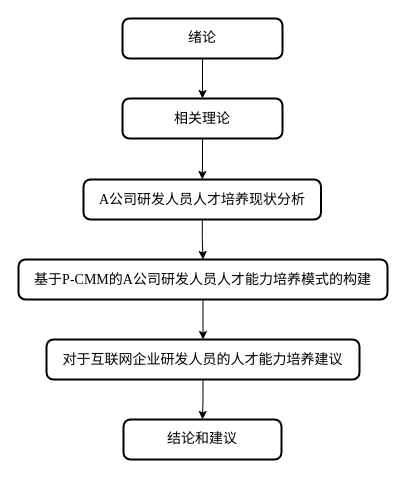
Before: 未命名绘图.drawio in guzhenhuaGitHub/draw_io, a draw.io diagram. Source tidied: cells renumbered, new cells numbered last; positions are measured from the earlier drawing's top-left corner, leaving out a move shared by most shapes. Both pictures are drawn from the tidied source at 100%, with x=0, y=0 at pixel (18, 18).
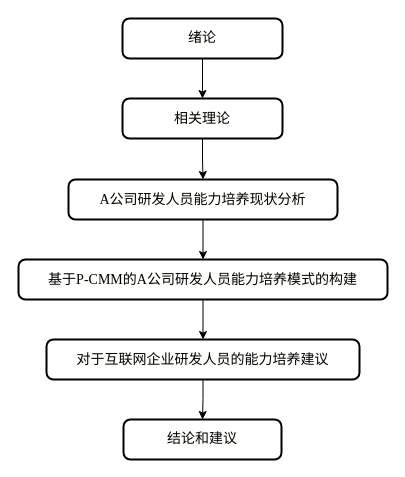
The same diagram, later.

Commit message:
更新未命名绘图.drawio

What changed in the source:
```diff
@@
 <mxGraphModel>
   <root>
     <mxCell id="0" />
     <mxCell id="1" parent="0" />
     <mxCell id="2" style="edgeStyle=orthogonalEdgeStyle;rounded=0;jettySize=auto;html=1;" parent="1" edge="1" source="3" target="12">
       <mxGeometry relative="1" as="geometry" />
     </mxCell>
     <mxCell id="3" value="&lt;div style=&quot;background-color: rgb(255, 255, 254); font-family: Consolas, &amp;quot;Courier New&amp;quot;, monospace; font-size: 14px; line-height: 19px; white-space: pre;&quot;&gt;&lt;span&gt;&lt;font style=&quot;color: rgb(0, 0, 0);&quot;&gt;绪论&lt;/font&gt;&lt;/span&gt;&lt;/div&gt;" style="rounded=1;whiteSpace=wrap;html=1;absoluteArcSize=1;arcSize=14;strokeWidth=2;" parent="1" vertex="1">
       <mxGeometry x="104" width="160" height="40" as="geometry" />
     </mxCell>
     <mxCell id="4" style="edgeStyle=orthogonalEdgeStyle;rounded=0;jettySize=auto;html=1;" parent="1" edge="1" source="5" target="7">
       <mxGeometry relative="1" as="geometry" />
     </mxCell>
-    <mxCell id="5" value="&lt;div style=&quot;background-color: rgb(255, 255, 254); font-family: Consolas, &amp;quot;Courier New&amp;quot;, monospace; font-size: 14px; line-height: 19px; white-space: pre;&quot;&gt;&lt;p class=&quot;MsoNormal&quot;&gt;&lt;span style=&quot;mso-spacerun:'yes';font-family:宋体;font-size:10.5000pt;&lt;br/&gt;mso-font-kerning:1.0000pt;&quot;&gt;&lt;font face=&quot;宋体&quot;&gt;基于&lt;/font&gt;&lt;font face=&quot;Times New Roman&quot;&gt;P-CMM&lt;/font&gt;&lt;font face=&quot;宋体&quot;&gt;的&lt;/font&gt;&lt;font face=&quot;Times New Roman&quot;&gt;A&lt;/font&gt;&lt;font face=&quot;宋体&quot;&gt;公司研发人员人才能力培养模式的构建&lt;/font&gt;&lt;/span&gt;&lt;/p&gt;&lt;/div&gt;" style="rounded=1;whiteSpace=wrap;html=1;absoluteArcSize=1;arcSize=14;strokeWidth=2;" parent="1" vertex="1">
+    <mxCell id="5" value="&lt;div style=&quot;background-color: rgb(255, 255, 254); font-family: Consolas, &amp;quot;Courier New&amp;quot;, monospace; font-size: 14px; line-height: 19px; white-space: pre;&quot;&gt;&lt;p class=&quot;MsoNormal&quot;&gt;&lt;span style=&quot;mso-spacerun:'yes';font-family:宋体;font-size:10.5000pt;&lt;br/&gt;mso-font-kerning:1.0000pt;&quot;&gt;&lt;font face=&quot;宋体&quot;&gt;基于&lt;/font&gt;&lt;font face=&quot;Times New Roman&quot;&gt;P-CMM&lt;/font&gt;&lt;font face=&quot;宋体&quot;&gt;的&lt;/font&gt;&lt;font face=&quot;Times New Roman&quot;&gt;A&lt;/font&gt;&lt;font face=&quot;宋体&quot;&gt;公司研发人员能力培养模式的构建&lt;/font&gt;&lt;/span&gt;&lt;/p&gt;&lt;/div&gt;" style="rounded=1;whiteSpace=wrap;html=1;absoluteArcSize=1;arcSize=14;strokeWidth=2;" parent="1" vertex="1">
       <mxGeometry y="241" width="369" height="40" as="geometry" />
     </mxCell>
     <mxCell id="6" style="edgeStyle=orthogonalEdgeStyle;rounded=0;jettySize=auto;html=1;" parent="1" edge="1" source="7" target="8">
       <mxGeometry relative="1" as="geometry" />
     </mxCell>
-    <mxCell id="7" value="&lt;div style=&quot;background-color: rgb(255, 255, 254); font-family: Consolas, &amp;quot;Courier New&amp;quot;, monospace; font-size: 14px; line-height: 19px; white-space: pre;&quot;&gt;&lt;p class=&quot;MsoNormal&quot;&gt;&lt;span style=&quot;mso-spacerun:'yes';font-family:宋体;font-size:10.5000pt;&lt;br/&gt;mso-font-kerning:1.0000pt;&quot;&gt;对于互联网企业研发人员的人才能力培养建议&lt;/span&gt;&lt;/p&gt;&lt;/div&gt;" style="rounded=1;whiteSpace=wrap;html=1;absoluteArcSize=1;arcSize=14;strokeWidth=2;" parent="1" vertex="1">
+    <mxCell id="7" value="&lt;div style=&quot;background-color: rgb(255, 255, 254); font-family: Consolas, &amp;quot;Courier New&amp;quot;, monospace; font-size: 14px; line-height: 19px; white-space: pre;&quot;&gt;&lt;p class=&quot;MsoNormal&quot;&gt;&lt;span style=&quot;mso-spacerun:'yes';font-family:宋体;font-size:10.5000pt;&lt;br/&gt;mso-font-kerning:1.0000pt;&quot;&gt;对于互联网企业研发人员的能力培养建议&lt;/span&gt;&lt;/p&gt;&lt;/div&gt;" style="rounded=1;whiteSpace=wrap;html=1;absoluteArcSize=1;arcSize=14;strokeWidth=2;" parent="1" vertex="1">
       <mxGeometry x="28" y="321" width="313" height="40" as="geometry" />
     </mxCell>
     <mxCell id="8" value="&lt;div style=&quot;background-color: rgb(255, 255, 254); font-family: Consolas, &amp;quot;Courier New&amp;quot;, monospace; font-size: 14px; line-height: 19px; white-space: pre;&quot;&gt;&lt;div style=&quot;line-height: 19px;&quot;&gt;&lt;span style=&quot;&quot;&gt;结论和建议&lt;/span&gt;&lt;/div&gt;&lt;/div&gt;" style="rounded=1;whiteSpace=wrap;html=1;absoluteArcSize=1;arcSize=14;strokeWidth=2;fontColor=#000000;" parent="1" vertex="1">
       <mxGeometry x="105" y="401" width="158" height="40" as="geometry" />
     </mxCell>
     <mxCell id="9" style="edgeStyle=orthogonalEdgeStyle;rounded=0;jettySize=auto;html=1;" parent="1" edge="1" source="10" target="5">
       <mxGeometry relative="1" as="geometry" />
     </mxCell>
-    <mxCell id="10" value="&lt;div style=&quot;background-color: rgb(255, 255, 254); font-family: Consolas, &amp;quot;Courier New&amp;quot;, monospace; font-size: 14px; line-height: 19px; white-space: pre;&quot;&gt;&lt;p class=&quot;MsoNormal&quot;&gt;&lt;span style=&quot;mso-spacerun:'yes';font-family:宋体;font-size:10.5000pt;&lt;br/&gt;mso-font-kerning:1.0000pt;&quot;&gt;&lt;font face=&quot;Times New Roman&quot;&gt;A&lt;/font&gt;&lt;font face=&quot;宋体&quot;&gt;公司研发人员人才培养现状分析&lt;/font&gt;&lt;/span&gt;&lt;/p&gt;&lt;/div&gt;" style="rounded=1;whiteSpace=wrap;html=1;absoluteArcSize=1;arcSize=14;strokeWidth=2;" parent="1" vertex="1">
-      <mxGeometry x="65" y="161" width="237.5" height="40" as="geometry" />
+    <mxCell id="10" value="&lt;div style=&quot;background-color: rgb(255, 255, 254); font-family: Consolas, &amp;quot;Courier New&amp;quot;, monospace; font-size: 14px; line-height: 19px; white-space: pre;&quot;&gt;&lt;p class=&quot;MsoNormal&quot;&gt;&lt;span style=&quot;mso-spacerun:'yes';font-family:宋体;font-size:10.5000pt;&lt;br/&gt;mso-font-kerning:1.0000pt;&quot;&gt;&lt;font face=&quot;Times New Roman&quot;&gt;A&lt;/font&gt;&lt;font face=&quot;宋体&quot;&gt;公司研发人员能力培养现状分析&lt;/font&gt;&lt;/span&gt;&lt;/p&gt;&lt;/div&gt;" style="rounded=1;whiteSpace=wrap;html=1;absoluteArcSize=1;arcSize=14;strokeWidth=2;" parent="1" vertex="1">
+      <mxGeometry x="50" y="161" width="269" height="40" as="geometry" />
     </mxCell>
     <mxCell id="11" style="edgeStyle=orthogonalEdgeStyle;rounded=0;jettySize=auto;html=1;" parent="1" edge="1" source="12" target="10">
       <mxGeometry relative="1" as="geometry" />
     </mxCell>
     <mxCell id="12" value="&lt;div style=&quot;background-color: rgb(255, 255, 254); font-family: Consolas, &amp;quot;Courier New&amp;quot;, monospace; font-size: 14px; line-height: 19px; white-space: pre;&quot;&gt;&lt;p class=&quot;MsoNormal&quot;&gt;&lt;span style=&quot;mso-spacerun:'yes';font-family:宋体;font-size:10.5000pt;&lt;br/&gt;mso-font-kerning:1.0000pt;&quot;&gt;相关理论&lt;/span&gt;&lt;/p&gt;&lt;/div&gt;" style="rounded=1;whiteSpace=wrap;html=1;absoluteArcSize=1;arcSize=14;strokeWidth=2;" parent="1" vertex="1">
       <mxGeometry x="104" y="80" width="160" height="40" as="geometry" />
     </mxCell>
   </root>
 </mxGraphModel>
```
